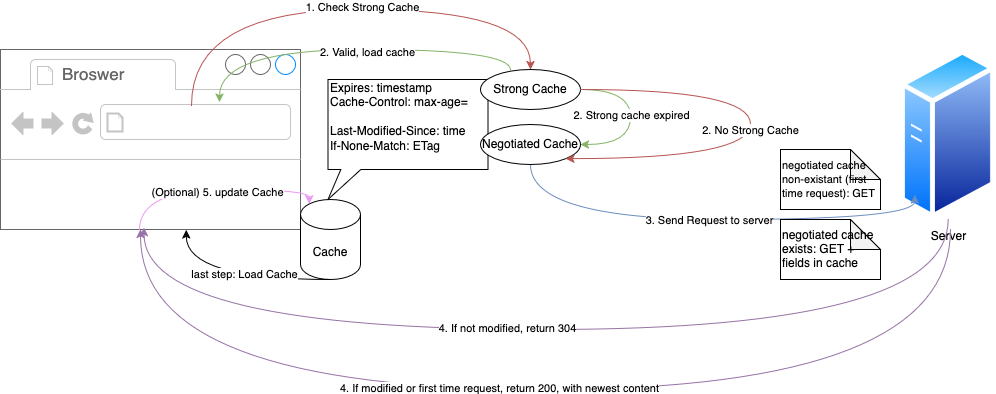
Before: Network/images/cache_chart.png, a diagram exported from draw.io (ruimin-z/interview-camp). Source tidied: cells renumbered, new cells last; positions are measured from the earlier drawing's top-left corner, leaving out a move shared by most shapes.
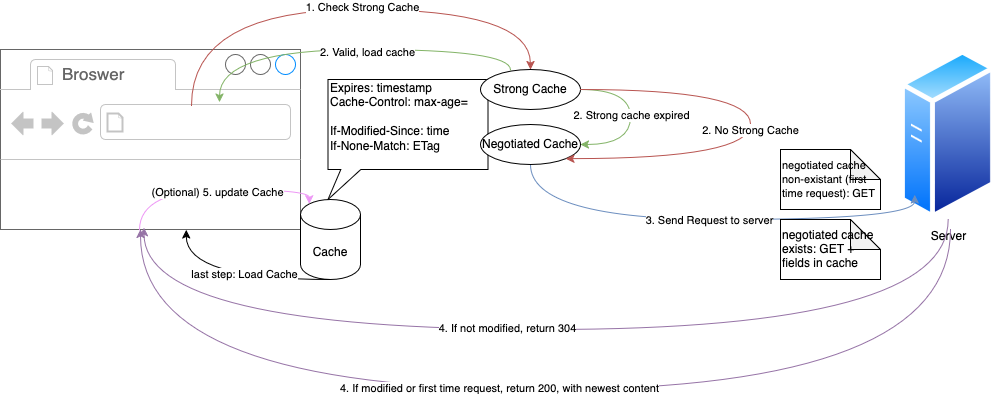
Later version of the same file.

Change to the diagram source:
```diff
@@ -14,7 +14,7 @@
     <mxCell id="5" value="Cache" style="shape=cylinder3;whiteSpace=wrap;html=1;boundedLbl=1;backgroundOutline=1;size=15;" parent="1" vertex="1">
       <mxGeometry x="300" y="190" width="60" height="80" as="geometry" />
     </mxCell>
-    <mxCell id="6" value="&lt;div align=&quot;left&quot;&gt;Expires: timestamp&lt;/div&gt;&lt;div align=&quot;left&quot;&gt;Cache-Control: max-age=&lt;/div&gt;&lt;div align=&quot;left&quot;&gt;&lt;br&gt;&lt;/div&gt;&lt;div align=&quot;left&quot;&gt;Last-Modified-Since: time&lt;/div&gt;&lt;div align=&quot;left&quot;&gt;If-None-Match: ETag&lt;/div&gt;&lt;div align=&quot;left&quot;&gt;&lt;br&gt;&lt;/div&gt;" style="shape=callout;whiteSpace=wrap;html=1;perimeter=calloutPerimeter;size=30;position=0.08;position2=0;align=left;" parent="1" vertex="1">
+    <mxCell id="6" value="&lt;div align=&quot;left&quot;&gt;Expires: timestamp&lt;/div&gt;&lt;div align=&quot;left&quot;&gt;Cache-Control: max-age=&lt;/div&gt;&lt;div align=&quot;left&quot;&gt;&lt;br&gt;&lt;/div&gt;&lt;div align=&quot;left&quot;&gt;If-Modified-Since: time&lt;/div&gt;&lt;div align=&quot;left&quot;&gt;If-None-Match: ETag&lt;/div&gt;&lt;div align=&quot;left&quot;&gt;&lt;br&gt;&lt;/div&gt;" style="shape=callout;whiteSpace=wrap;html=1;perimeter=calloutPerimeter;size=30;position=0.08;position2=0;align=left;" parent="1" vertex="1">
       <mxGeometry x="327.5" y="70" width="160" height="120" as="geometry" />
     </mxCell>
     <mxCell id="7" value="Server" style="image;perimeter=ellipsePerimeter;html=1;align=center;shadow=0;dashed=0;spacingTop=3;image=img/lib/active_directory/generic_server.svg;" parent="1" vertex="1">
```
